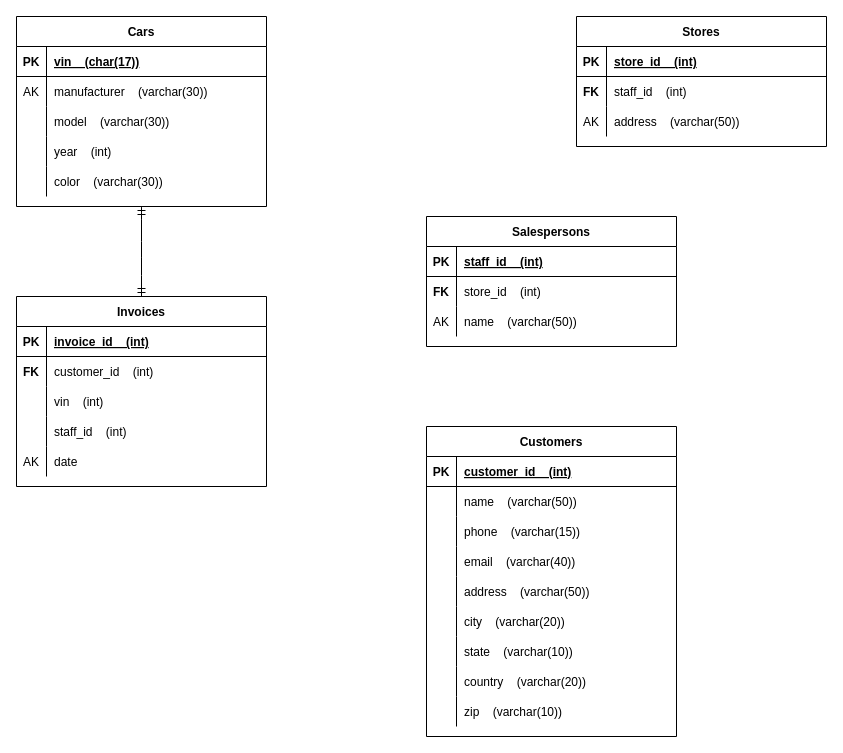
This is Module_1/Lab_20_SQL-Business-Cases/IronCars.drawio from psyrgkan/DAFT_1022, a draw.io file, before an edit. Source tidied: cells renumbered, new cells numbered last; positions are measured from the earlier drawing's top-left corner, leaving out a move shared by most shapes. Both pictures are drawn from the tidied source at 100%, with x=0, y=0 at pixel (16, 16).
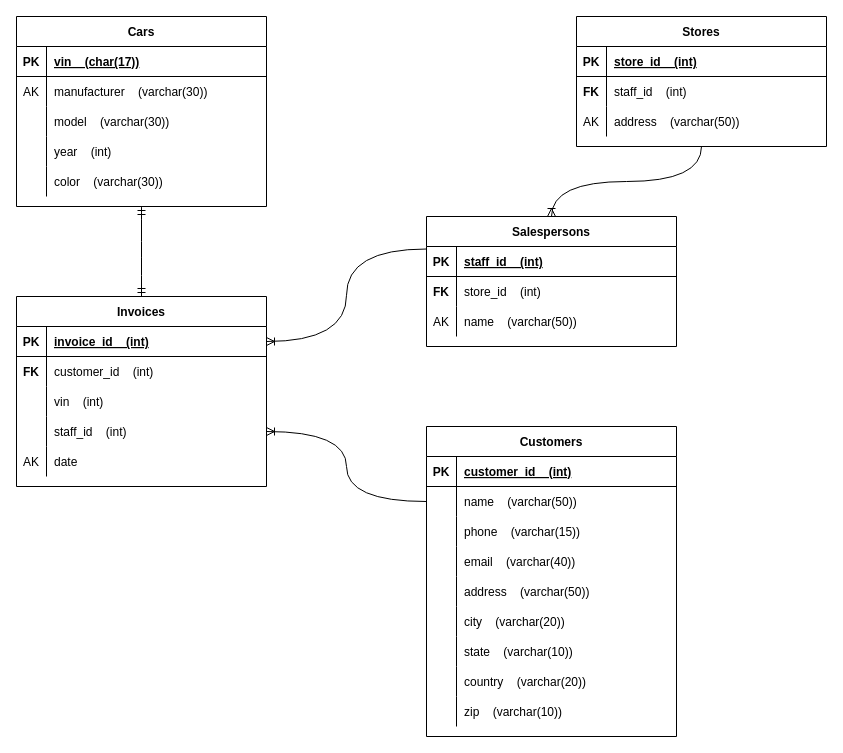
Above is the later version.

The change refers to these unchanged cells:
```xml
<mxCell id="3" style="shape=partialRectangle;fillColor=none;points=[[0,0.5],[1,0.5]];portConstraint=eastwest;top=0;left=0;right=0;bottom=1;" parent="2" vertex="1">
  <mxGeometry y="30" width="250" height="30" as="geometry" />
</mxCell>
<mxCell id="12" style="shape=tableRow;horizontal=0;startSize=0;swimlaneHead=0;swimlaneBody=0;fillColor=none;points=[[0,0.5],[1,0.5]];portConstraint=eastwest;top=0;left=0;right=0;bottom=0;" parent="2" vertex="1">
  <mxGeometry y="120" width="250" height="30" as="geometry" />
</mxCell>
<mxCell id="18" value="Salespersons" style="shape=table;startSize=30;childLayout=tableLayout;rowLines=0;fontStyle=1;align=center;" parent="1" vertex="1">
  <mxGeometry x="410" y="200" width="250" height="130" as="geometry" />
</mxCell>
<mxCell id="32" style="shape=partialRectangle;fillColor=none;points=[[0,0.5],[1,0.5]];portConstraint=eastwest;top=0;left=0;right=0;bottom=0;" parent="28" vertex="1">
  <mxGeometry y="60" width="250" height="30" as="geometry" />
</mxCell>
<mxCell id="76" value="Stores" style="shape=table;startSize=30;childLayout=tableLayout;rowLines=0;fontStyle=1;align=center;" parent="1" vertex="1">
  <mxGeometry x="560" width="250" height="130" as="geometry" />
</mxCell>
```

Change to the diagram source:
```diff
@@
+    <mxCell id="87" style="edgeStyle=orthogonalEdgeStyle;fontSize=12;html=1;endArrow=ERoneToMany;rounded=0;curved=1;exitX=0.5;exitY=1;exitDx=0;exitDy=0;entryX=0.5;entryY=0;entryDx=0;entryDy=0;" parent="1" edge="1" source="76" target="18">
+      <mxGeometry relative="1" as="geometry" />
+    </mxCell>
+    <mxCell id="88" style="edgeStyle=orthogonalEdgeStyle;fontSize=12;html=1;endArrow=ERoneToMany;rounded=0;curved=1;exitX=0;exitY=0.5;exitDx=0;exitDy=0;entryX=1;entryY=0.5;entryDx=0;entryDy=0;" parent="1" edge="1" source="32" target="12">
+      <mxGeometry relative="1" as="geometry" />
+    </mxCell>
+    <mxCell id="89" style="edgeStyle=orthogonalEdgeStyle;fontSize=12;html=1;endArrow=ERoneToMany;rounded=0;curved=1;entryX=1;entryY=0.5;entryDx=0;entryDy=0;exitX=0;exitY=0.25;exitDx=0;exitDy=0;" parent="1" edge="1" source="18" target="3">
+      <mxGeometry relative="1" as="geometry" />
+    </mxCell>
```
